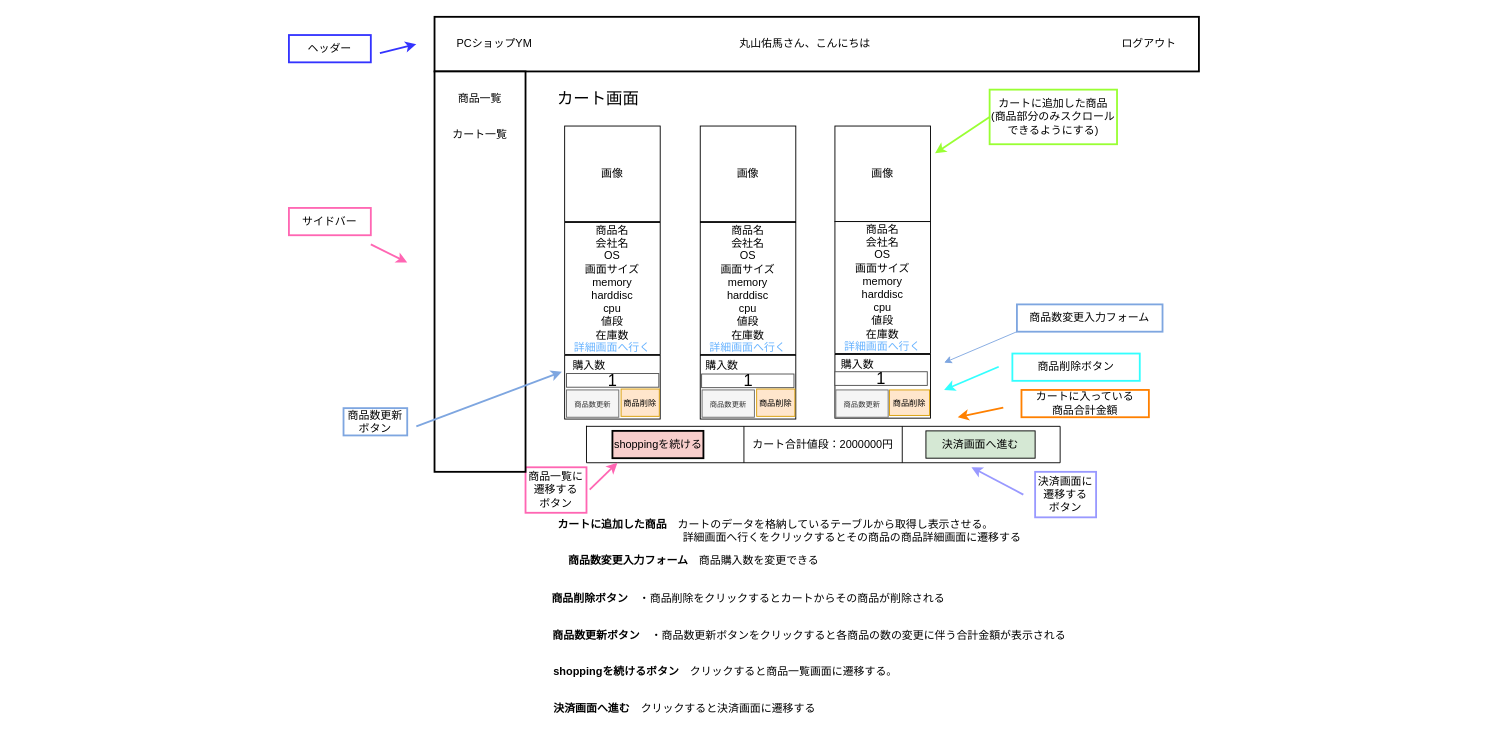
Above: page "カート画面" (5 of 25) of src/main/resources/templates/shopping/Untitled Diagram.drawio in YumaMaruyama/ITworksTRYshopping (draw.io), before the change. Source tidied: cells renumbered, new cells numbered last; positions are measured from the earlier drawing's top-left corner, leaving out a move shared by most shapes. Both pictures are drawn from the tidied source at 91%, with x=0, y=0 at pixel (15, 16).
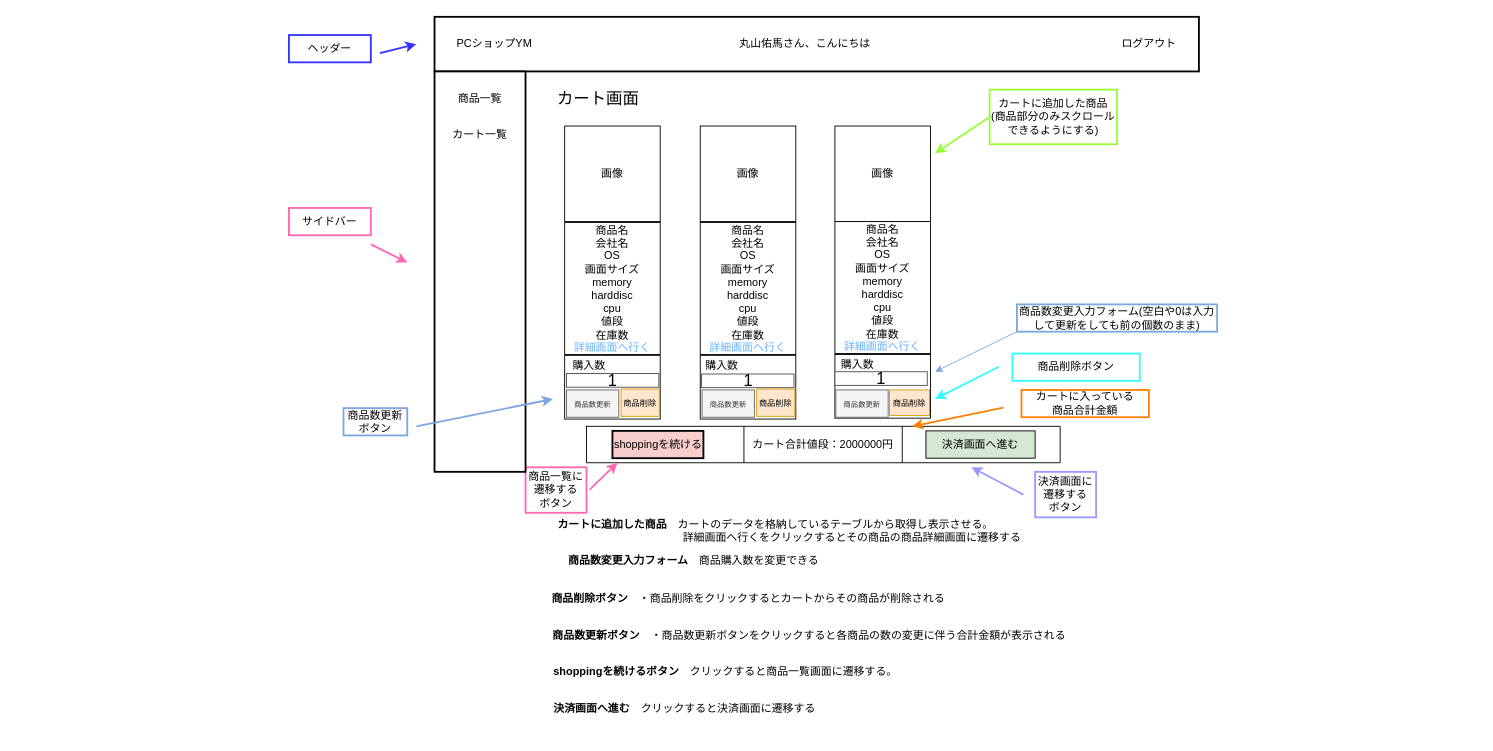
The same page after the edit.

The change refers to these unchanged cells:
```xml
<mxCell id="10" style="shape=partialRectangle;fillColor=none;top=0;left=0;bottom=0;right=0;points=[[0,0.5],[1,0.5]];portConstraint=eastwest;" parent="9" vertex="1">
  <mxGeometry width="520.5" height="40" as="geometry" />
</mxCell>
```

The edit, as a diff of the source:
```diff
@@
-    <mxCell id="24" style="endArrow=classic;html=1;strokeWidth=2;strokeColor=#FF8000;" parent="1" edge="1">
+    <mxCell id="24" style="endArrow=classic;html=1;strokeWidth=2;strokeColor=#FF8000;" parent="1" edge="1" target="10">
       <mxGeometry relative="1" as="geometry">
         <mxPoint x="1085" y="429.5" as="sourcePoint" />
-        <mxPoint x="1035" y="440" as="targetPoint" />
       </mxGeometry>
     </mxCell>
@@
     <mxCell id="30" style="endArrow=classic;html=1;strokeWidth=2;strokeColor=#33FFFF;" parent="1" edge="1">
       <mxGeometry relative="1" as="geometry">
         <mxPoint x="1080" y="384.5" as="sourcePoint" />
-        <mxPoint x="1020" y="410" as="targetPoint" />
+        <mxPoint x="1010" y="420" as="targetPoint" />
       </mxGeometry>
     </mxCell>
@@
-    <mxCell id="35" value="商品数変更入力フォーム" style="rounded=0;whiteSpace=wrap;html=1;strokeWidth=2;strokeColor=#7EA6E0;" parent="1" vertex="1">
-      <mxGeometry x="1100" y="316" width="160" height="30" as="geometry" />
+    <mxCell id="35" value="商品数変更入力フォーム(空白や0は入力して更新をしても前の個数のまま)" style="rounded=0;whiteSpace=wrap;html=1;strokeWidth=2;strokeColor=#7EA6E0;" parent="1" vertex="1">
+      <mxGeometry x="1100" y="316" width="220" height="30" as="geometry" />
     </mxCell>
@@
     <mxCell id="42" style="endArrow=classic;html=1;strokeWidth=1;exitX=0;exitY=1;exitDx=0;exitDy=0;strokeColor=#7EA6E0;" parent="1" edge="1" source="35">
       <mxGeometry relative="1" as="geometry">
-        <mxPoint x="1020" y="380" as="targetPoint" />
+        <mxPoint x="1010" y="390" as="targetPoint" />
       </mxGeometry>
     </mxCell>
@@
     <mxCell id="44" style="endArrow=classic;html=1;strokeWidth=2;strokeColor=#7EA6E0;" parent="1" edge="1">
       <mxGeometry relative="1" as="geometry">
         <mxPoint x="440" y="450" as="sourcePoint" />
-        <mxPoint x="600" y="390" as="targetPoint" />
+        <mxPoint x="590" y="420" as="targetPoint" />
       </mxGeometry>
     </mxCell>
```
